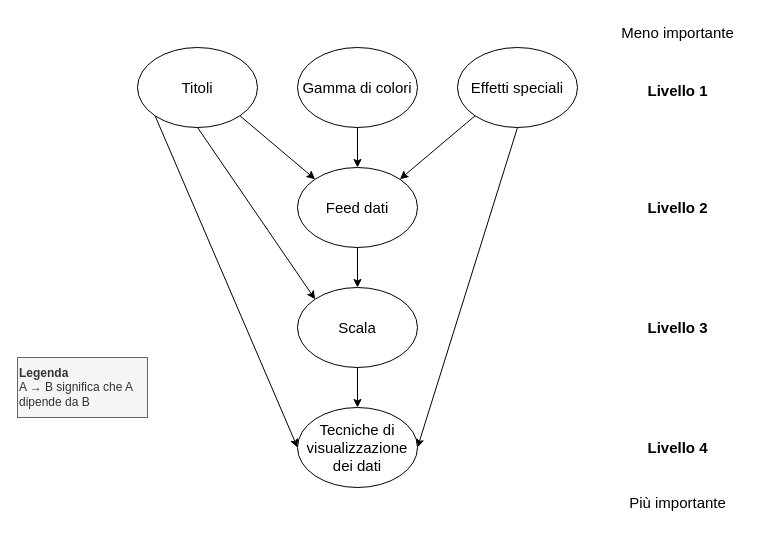
jeskarr/thesis keeps this draw.io diagram as utils/fattori_design_info.drawio. Above is the earlier version. Source tidied: cells renumbered, new cells numbered last; positions are measured from the earlier drawing's top-left corner, leaving out a move shared by most shapes. Both pictures are drawn from the tidied source at 100%, with x=0, y=0 at pixel (17, 17).
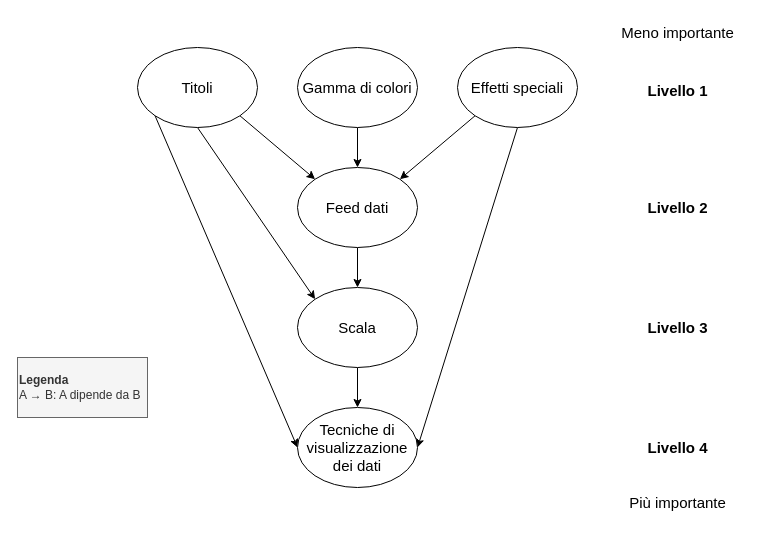
The same page after the edit.

Diff of the diagram source:
```diff
@@
-    <mxCell id="22" value="&lt;div&gt;&lt;b&gt;Legenda&lt;/b&gt;&lt;/div&gt;&lt;div&gt;A → B significa che A dipende da B&lt;br&gt;&lt;/div&gt;" style="text;html=1;align=left;verticalAlign=middle;whiteSpace=wrap;rounded=0;fillColor=#f5f5f5;fontColor=#333333;strokeColor=#666666;" parent="1" vertex="1">
+    <mxCell id="22" value="&lt;div&gt;&lt;b&gt;Legenda&lt;/b&gt;&lt;/div&gt;&lt;div&gt;A → B: A dipende da B&lt;br&gt;&lt;/div&gt;" style="text;html=1;align=left;verticalAlign=middle;whiteSpace=wrap;rounded=0;fillColor=#f5f5f5;fontColor=#333333;strokeColor=#666666;" parent="1" vertex="1">
       <mxGeometry y="340" width="130" height="60" as="geometry" />
     </mxCell>
```
